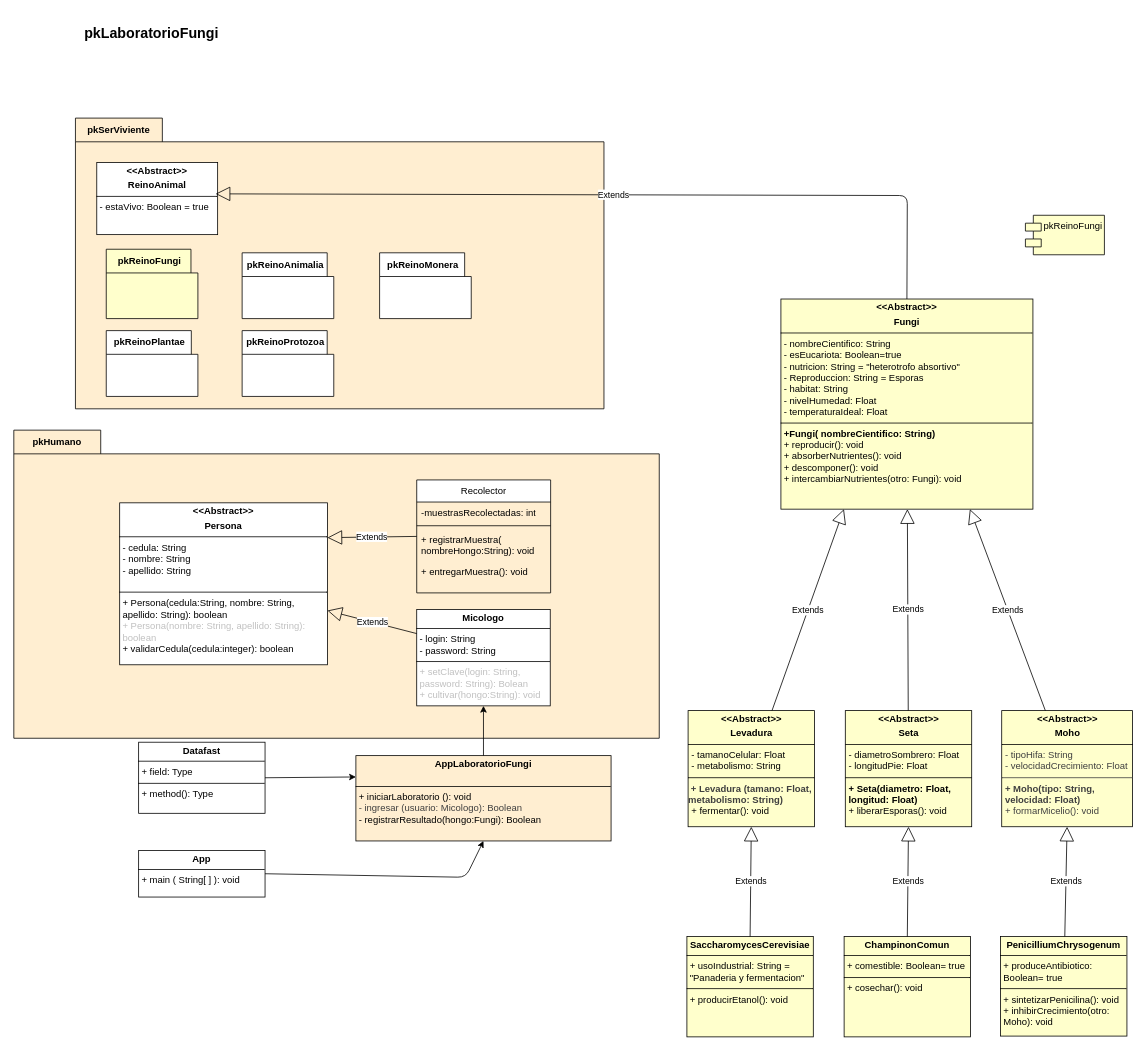
Before: desing/ClassDiagram.drawio in larry2004h-hash/ProyectoReinoFungi, a draw.io diagram. Source tidied: cells renumbered, new cells numbered last; positions are measured from the earlier drawing's top-left corner, leaving out a move shared by most shapes. Both pictures are drawn from the tidied source at 79%, with x=0, y=0 at pixel (13, 13).
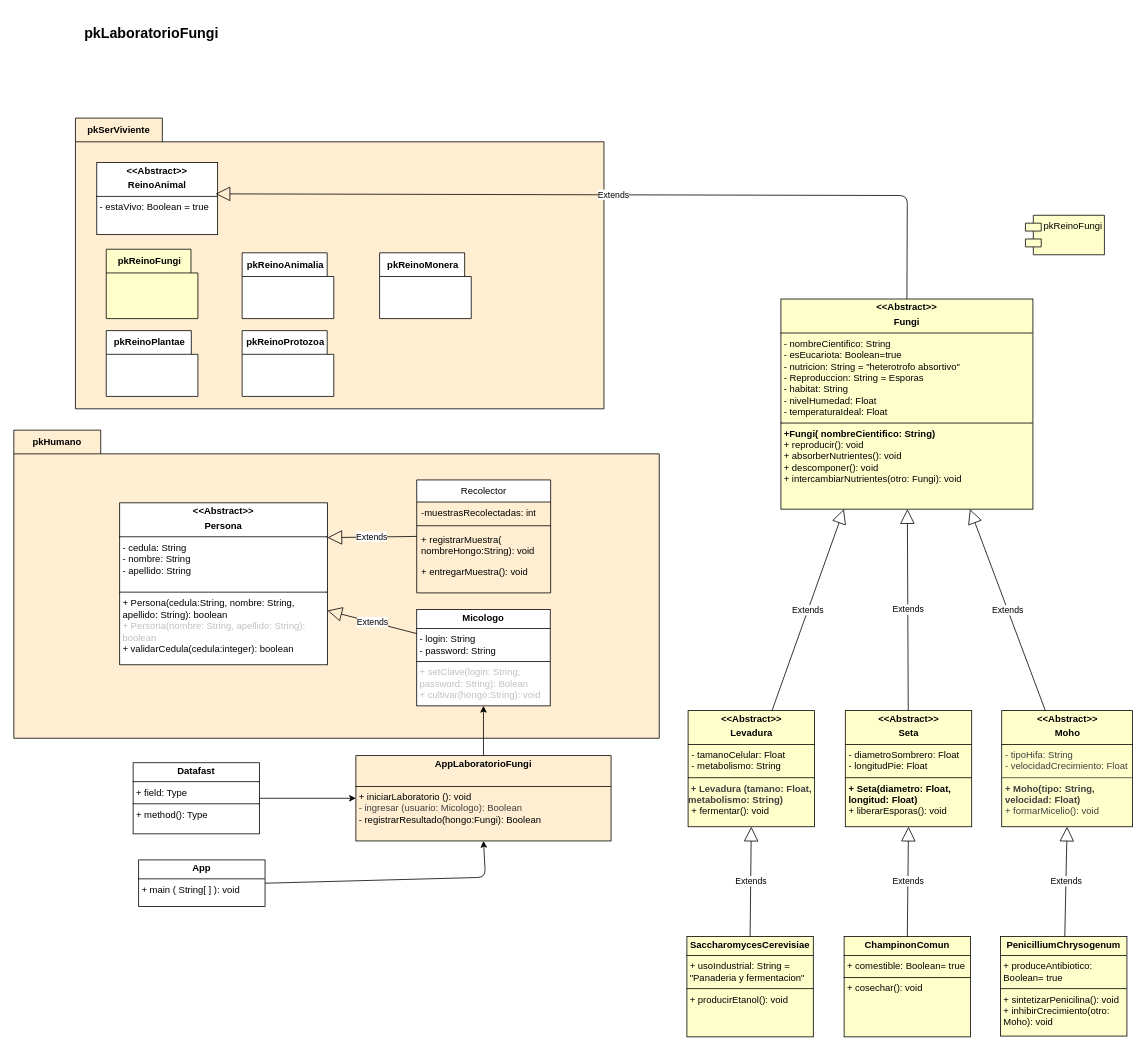
The same page after the edit.

Unchanged cells that the change refers to:
```xml
<mxCell id="9" value="&lt;p style=&quot;margin:0px;margin-top:4px;text-align:center;&quot;&gt;&lt;b&gt;AppLaboratorioFungi&lt;/b&gt;&lt;/p&gt;&lt;p style=&quot;margin:0px;margin-left:4px;&quot;&gt;&lt;br&gt;&lt;/p&gt;&lt;hr size=&quot;1&quot; style=&quot;border-style:solid;&quot;&gt;&lt;p style=&quot;margin:0px;margin-left:4px;&quot;&gt;+ iniciarLaboratorio (): void&lt;/p&gt;&lt;p style=&quot;margin:0px;margin-left:4px;&quot;&gt;&lt;span style=&quot;color: rgb(63, 63, 63);&quot;&gt;- ingresar (usuario: Micologo): Boolean&lt;/span&gt;&lt;/p&gt;&lt;p style=&quot;margin:0px;margin-left:4px;&quot;&gt;- registrarResultado(hongo:Fungi): Boolean&lt;/p&gt;&lt;p style=&quot;margin:0px;margin-left:4px;&quot;&gt;&lt;br&gt;&lt;/p&gt;&lt;p style=&quot;margin:0px;margin-left:4px;&quot;&gt;&lt;br&gt;&lt;/p&gt;" style="verticalAlign=top;align=left;overflow=fill;html=1;whiteSpace=wrap;fillColor=#FFEED1;strokeColor=#000000;rounded=0;glass=0;" parent="1" vertex="1">
  <mxGeometry x="433" y="939" width="323" height="108" as="geometry" />
</mxCell>
```

The edit, as a diff of the source:
```diff
@@
     <mxCell id="10" value="&lt;p style=&quot;margin:0px;margin-top:4px;text-align:center;&quot;&gt;&lt;b&gt;Datafast&lt;/b&gt;&lt;/p&gt;&lt;hr size=&quot;1&quot; style=&quot;border-style:solid;&quot;&gt;&lt;p style=&quot;margin:0px;margin-left:4px;&quot;&gt;+ field: Type&lt;/p&gt;&lt;hr size=&quot;1&quot; style=&quot;border-style:solid;&quot;&gt;&lt;p style=&quot;margin:0px;margin-left:4px;&quot;&gt;+ method(): Type&lt;/p&gt;" style="verticalAlign=top;align=left;overflow=fill;html=1;whiteSpace=wrap;" parent="1" vertex="1">
-      <mxGeometry x="158" y="922" width="160" height="90" as="geometry" />
+      <mxGeometry x="151" y="948" width="160" height="90" as="geometry" />
     </mxCell>
@@
     <mxCell id="41" style="edgeStyle=none;html=1;exitX=1;exitY=0.5;exitDx=0;exitDy=0;entryX=0.5;entryY=1;entryDx=0;entryDy=0;" parent="1" edge="1" source="42" target="9">
       <mxGeometry relative="1" as="geometry">
         <Array as="points">
-          <mxPoint x="572" y="1093" />
+          <mxPoint x="597" y="1093" />
         </Array>
       </mxGeometry>
     </mxCell>
     <mxCell id="42" value="&lt;p style=&quot;margin:0px;margin-top:4px;text-align:center;&quot;&gt;&lt;b&gt;App&lt;/b&gt;&lt;/p&gt;&lt;hr size=&quot;1&quot; style=&quot;border-style:solid;&quot;&gt;&lt;p style=&quot;margin:0px;margin-left:4px;&quot;&gt;+ main ( String[ ] ): void&lt;/p&gt;" style="verticalAlign=top;align=left;overflow=fill;html=1;whiteSpace=wrap;" parent="1" vertex="1">
-      <mxGeometry x="158" y="1059" width="160" height="59" as="geometry" />
+      <mxGeometry x="158" y="1071" width="160" height="59" as="geometry" />
     </mxCell>
@@
-    <mxCell id="46" style="edgeStyle=none;html=1;exitX=1;exitY=0.5;exitDx=0;exitDy=0;entryX=0;entryY=0.25;entryDx=0;entryDy=0;" parent="1" edge="1" source="10" target="9">
+    <mxCell id="46" style="edgeStyle=none;html=1;exitX=1;exitY=0.5;exitDx=0;exitDy=0;entryX=0;entryY=0.5;entryDx=0;entryDy=0;" parent="1" edge="1" source="10" target="9">
       <mxGeometry relative="1" as="geometry" />
     </mxCell>
```
